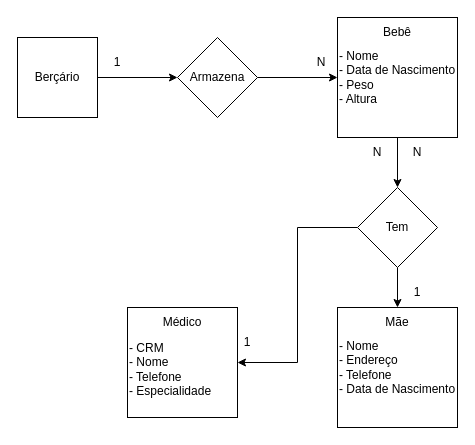
Before: Berçário.drawio in Dandiels/Diagramas-de-Banco-de-Dados, a draw.io diagram. Source tidied: cells renumbered, new cells numbered last; positions are measured from the earlier drawing's top-left corner, leaving out a move shared by most shapes. Both pictures are drawn from the tidied source at 100%, with x=0, y=0 at pixel (17, 17).
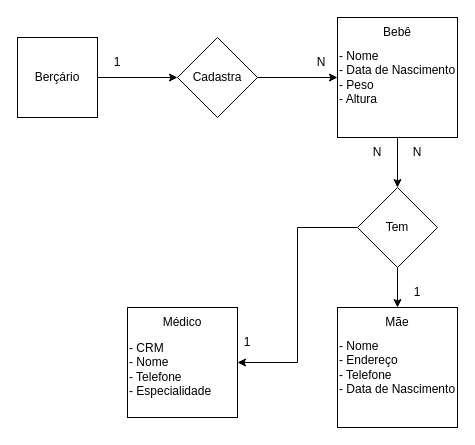
Above is the later version.

Diff of the diagram source:
```diff
@@
-    <mxCell id="5" value="Armazena" style="rhombus;whiteSpace=wrap;html=1;" parent="1" vertex="1">
+    <mxCell id="5" value="Cadastra" style="rhombus;whiteSpace=wrap;html=1;" parent="1" vertex="1">
       <mxGeometry x="160" y="20" width="80" height="80" as="geometry" />
     </mxCell>
```
